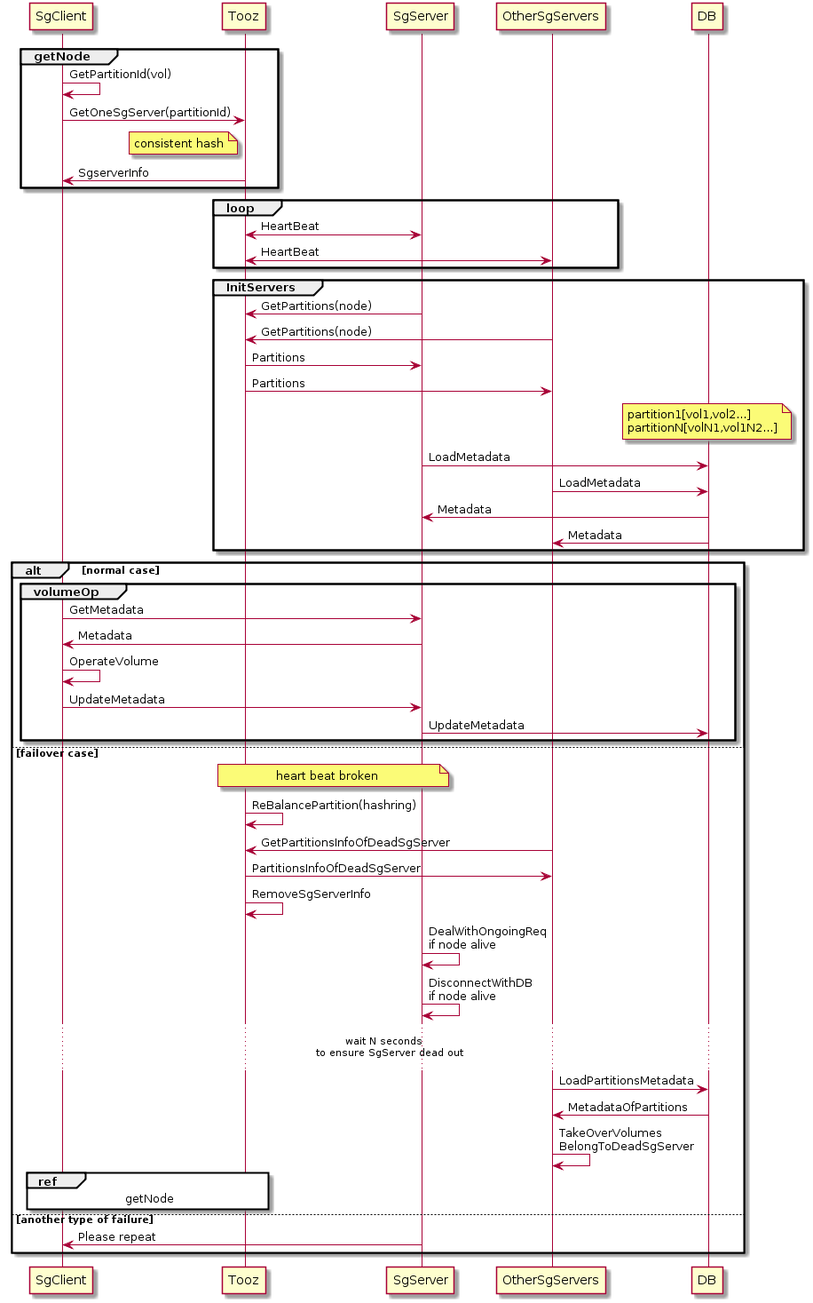
The PlantUML diagram storage-gateway/multi server instance.png in hgqislub/pictures, before a commit.
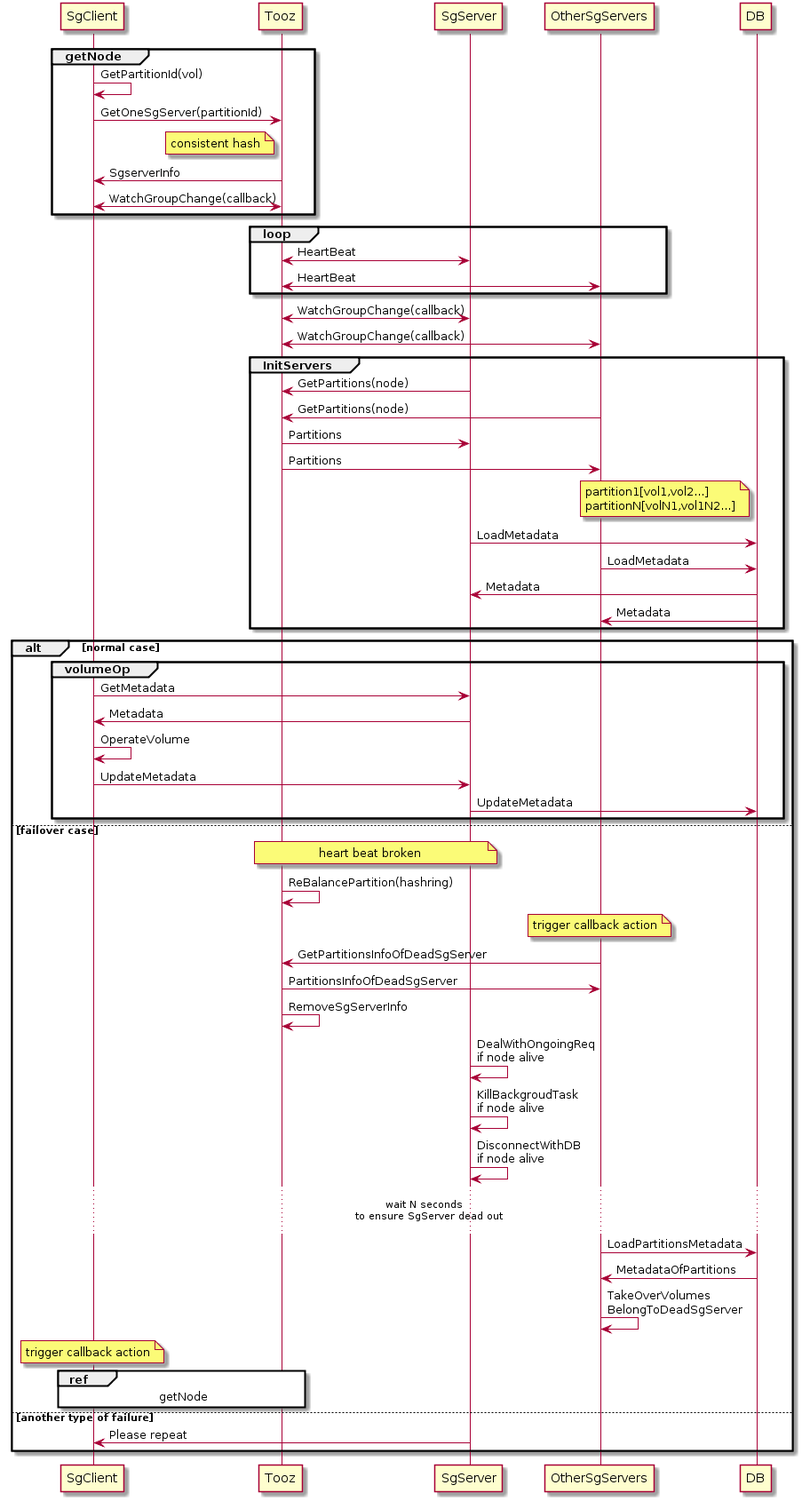
After the change.

Commit message:
multi instance

Change to the diagram source:
```diff
@@ -6,19 +6,21 @@
     consistent hash
 end note
 SgClient <- Tooz: SgserverInfo
+SgClient <-> Tooz: WatchGroupChange(callback)
 end
 
 loop
     Tooz <->SgServer: HeartBeat
     Tooz <->OtherSgServers: HeartBeat
 end
-
+Tooz <->SgServer: WatchGroupChange(callback)
+Tooz <->OtherSgServers: WatchGroupChange(callback)
 group InitServers
 SgServer -> Tooz: GetPartitions(node)
 OtherSgServers -> Tooz: GetPartitions(node)
 SgServer <- Tooz: Partitions
 OtherSgServers <- Tooz: Partitions
-note over DB
+note left DB
             partition1[vol1,vol2...]
             partitionN[volN1,vol1N2...]
 end note
@@ -41,15 +43,22 @@
         heart beat broken
     end note
     Tooz -> Tooz: ReBalancePartition(hashring)
+    note over OtherSgServers
+        trigger callback action
+    end note
     OtherSgServers -> Tooz: GetPartitionsInfoOfDeadSgServer
-   OtherSgServers <- Tooz: PartitionsInfoOfDeadSgServer
+    OtherSgServers <- Tooz: PartitionsInfoOfDeadSgServer
     Tooz -> Tooz: RemoveSgServerInfo
     SgServer -> SgServer: DealWithOngoingReq\nif node alive
+    SgServer -> SgServer: KillBackgroudTask\nif node alive
     SgServer -> SgServer: DisconnectWithDB\nif node alive
     ...wait N seconds \n  to ensure SgServer dead out...
     OtherSgServers -> DB: LoadPartitionsMetadata
     OtherSgServers <- DB: MetadataOfPartitions
     OtherSgServers -> OtherSgServers: TakeOverVolumes\nBelongToDeadSgServer
+    note over SgClient
+        trigger callback action
+    end note
     ref over SgClient, Tooz: getNode
 else **another type of failure**
     SgServer -> SgClient: Please repeat
```
